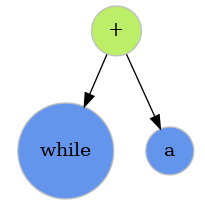
Above: dump/LIST_DMP_№0.png in deGekata/L_and_D (Graphviz), before the change. Its source is kept beside it as dump/LIST_DMP_№0.dot.
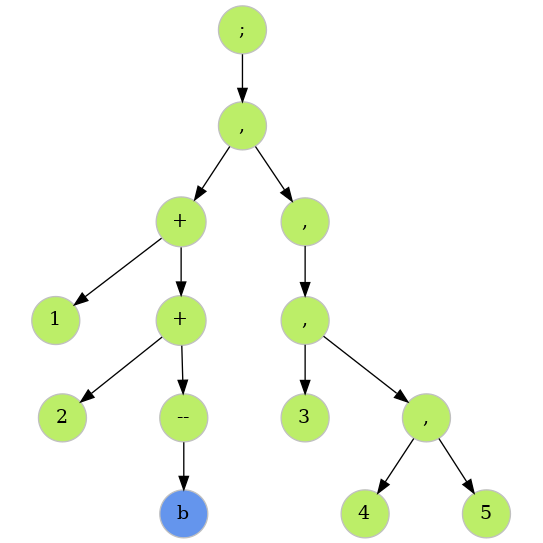
The same file after the commit.

Diff of the diagram source:
```diff
@@ -1,9 +1,31 @@
 digraph G{
    nodesep=0.1;
    ratio=1;
-   L94279546600128[label="+", shape="circle", color="grey", thickness=4, fillcolor="darkolivegreen2" style=filled];
-    L94279546600128->L94279546600064[color="black"];
-    L94279546600128->L94279546600320[color="black"];
-   L94279546600064[label="while", shape="circle", color="grey", thickness=4, fillcolor="cornflowerblue" style=filled];
-   L94279546600320[label="a", shape="circle", color="grey", thickness=4, fillcolor="cornflowerblue" style=filled];
+   L140737311818016[label=";", shape="circle", color="grey", thickness=4, fillcolor="darkolivegreen2" style=filled];
+    L140737311818016->L140737311816864[color="black"];
+   L140737311816864[label=",", shape="circle", color="grey", thickness=4, fillcolor="darkolivegreen2" style=filled];
+    L140737311816864->L140737311816256[color="black"];
+    L140737311816864->L140737311817152[color="black"];
+   L140737311816256[label="+", shape="circle", color="grey", thickness=4, fillcolor="darkolivegreen2" style=filled];
+    L140737311816256->L140737311816192[color="black"];
+    L140737311816256->L140737311816384[color="black"];
+   L140737311816192[label="1", shape="circle", color="grey", thickness=4, fillcolor="darkolivegreen2" style=filled];
+   L140737311816384[label="+", shape="circle", color="grey", thickness=4, fillcolor="darkolivegreen2" style=filled];
+    L140737311816384->L140737311816320[color="black"];
+    L140737311816384->L140737311816448[color="black"];
+   L140737311816320[label="2", shape="circle", color="grey", thickness=4, fillcolor="darkolivegreen2" style=filled];
+   L140737311816448[label="--", shape="circle", color="grey", thickness=4, fillcolor="darkolivegreen2" style=filled];
+    L140737311816448->L140737311816640[color="black"];
+   L140737311816640[label="b", shape="circle", color="grey", thickness=4, fillcolor="cornflowerblue" style=filled];
+   L140737311817152[label=",", shape="circle", color="grey", thickness=4, fillcolor="darkolivegreen2" style=filled];
+    L140737311817152->L140737311817440[color="black"];
+   L140737311817440[label=",", shape="circle", color="grey", thickness=4, fillcolor="darkolivegreen2" style=filled];
+    L140737311817440->L140737311817216[color="black"];
+    L140737311817440->L140737311817728[color="black"];
+   L140737311817216[label="3", shape="circle", color="grey", thickness=4, fillcolor="darkolivegreen2" style=filled];
+   L140737311817728[label=",", shape="circle", color="grey", thickness=4, fillcolor="darkolivegreen2" style=filled];
+    L140737311817728->L140737311817504[color="black"];
+    L140737311817728->L140737311817792[color="black"];
+   L140737311817504[label="4", shape="circle", color="grey", thickness=4, fillcolor="darkolivegreen2" style=filled];
+   L140737311817792[label="5", shape="circle", color="grey", thickness=4, fillcolor="darkolivegreen2" style=filled];
 }
```
